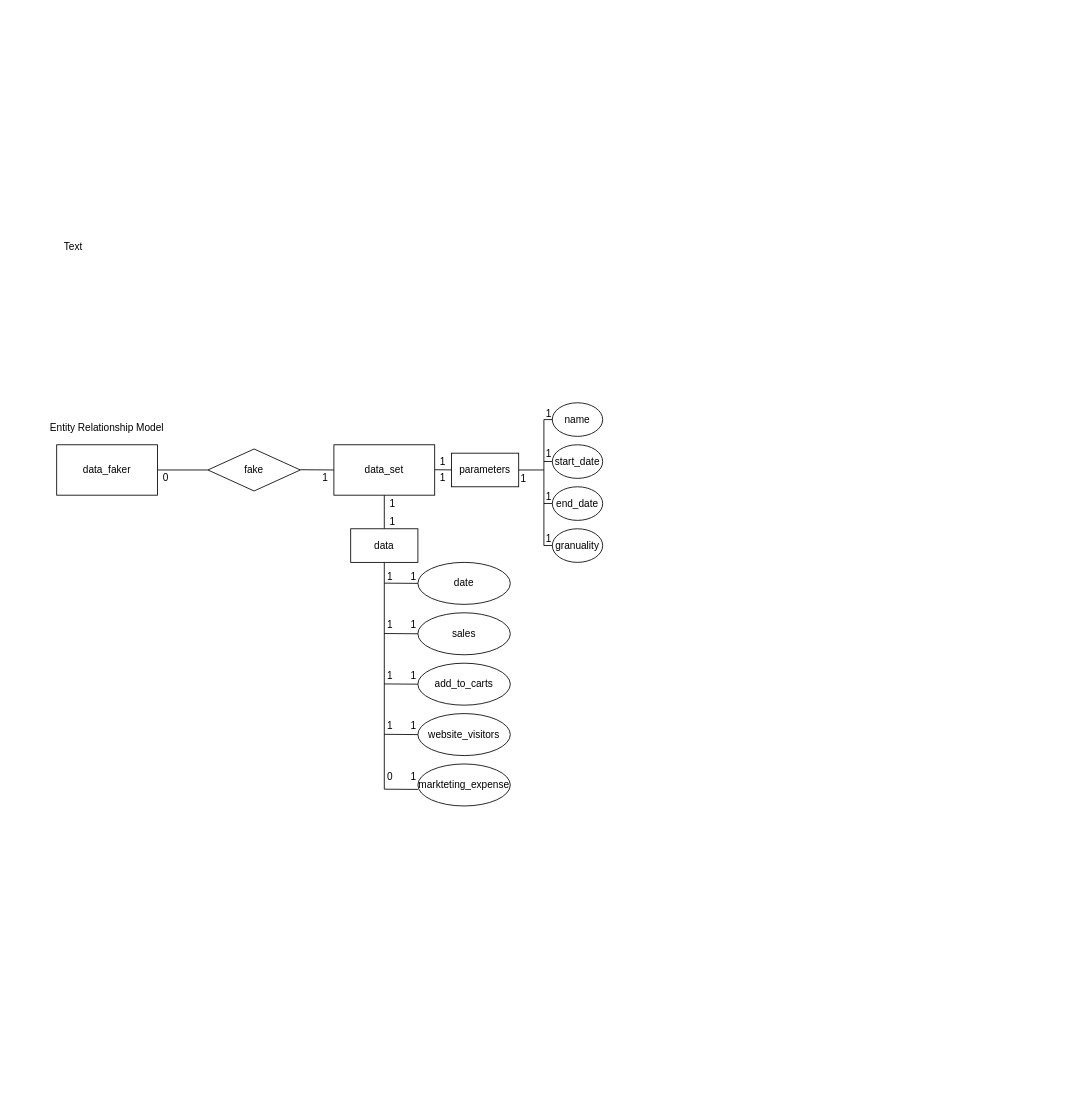
TimMcWalter/NewNostra keeps this draw.io diagram as Nostra_diagramms.drawio. Above is the earlier version. Source tidied: cells renumbered, new cells numbered last; positions are measured from the earlier drawing's top-left corner, leaving out a move shared by most shapes. Both pictures are drawn from the tidied source at 84%, with x=0, y=0 at pixel (39, 234).
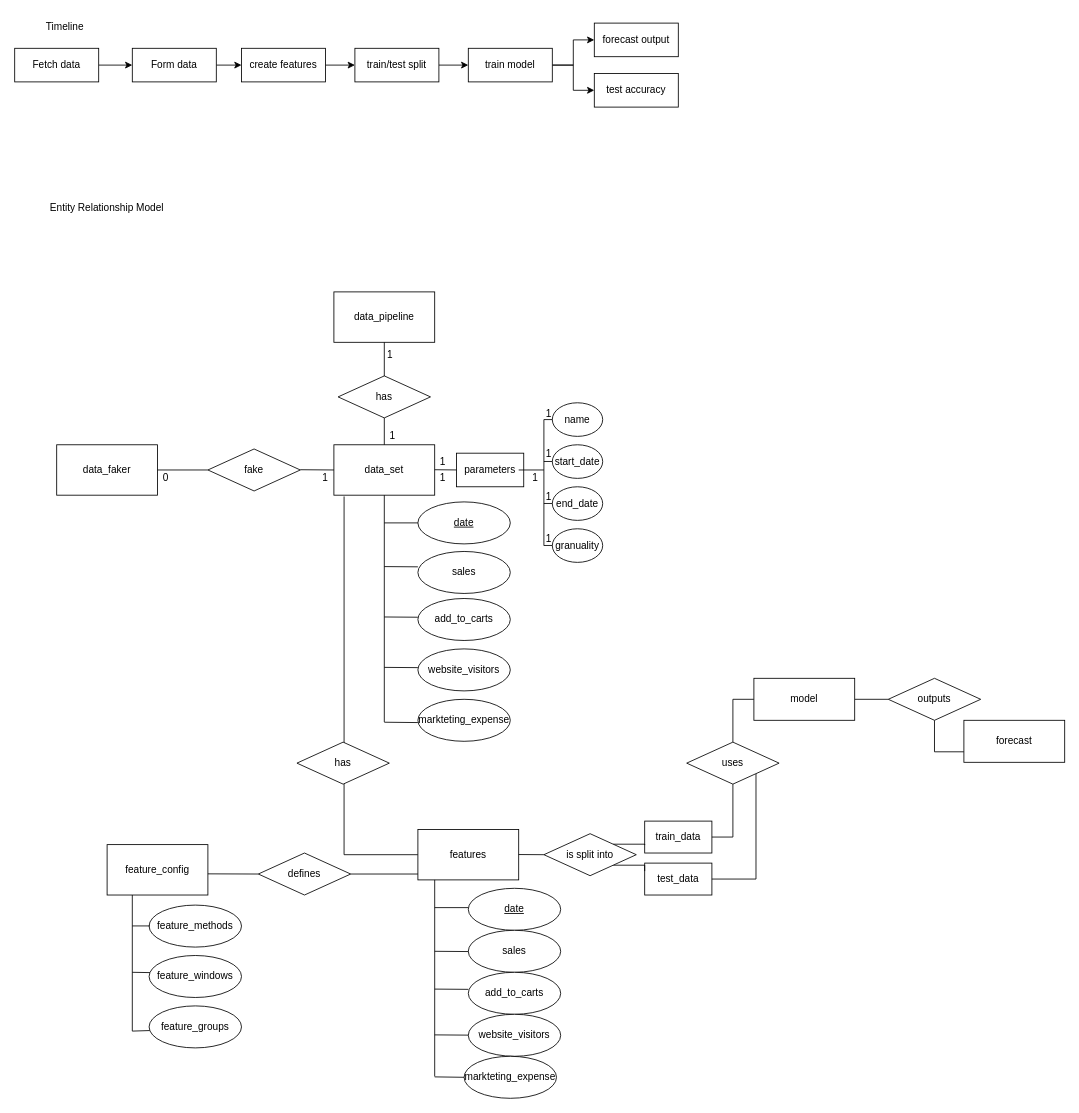
Above is the later version.

The change refers to these unchanged cells:
```xml
<mxCell id="5" value="data_set" style="rounded=0;whiteSpace=wrap;html=1;" parent="1" vertex="1">
  <mxGeometry x="350" y="250" width="120" height="60" as="geometry" />
</mxCell>
```

The edit, as a diff of the source:
```diff
@@
     <mxCell id="2" value="Entity Relationship Model" style="text;html=1;align=center;verticalAlign=middle;whiteSpace=wrap;rounded=0;" parent="1" vertex="1">
-      <mxGeometry y="220" width="160" height="20" as="geometry" />
+      <mxGeometry y="-42" width="160" height="20" as="geometry" />
     </mxCell>
@@
-    <mxCell id="10" value="date" style="ellipse;whiteSpace=wrap;html=1;" parent="1" vertex="1">
-      <mxGeometry x="450" y="390" width="110" height="50" as="geometry" />
+    <mxCell id="10" value="&lt;u&gt;date&lt;/u&gt;" style="ellipse;whiteSpace=wrap;html=1;" parent="1" vertex="1">
+      <mxGeometry x="450" y="318" width="110" height="50" as="geometry" />
     </mxCell>
     <mxCell id="11" value="sales" style="ellipse;whiteSpace=wrap;html=1;" parent="1" vertex="1">
-      <mxGeometry x="450" y="450" width="110" height="50" as="geometry" />
+      <mxGeometry x="450" y="377" width="110" height="50" as="geometry" />
     </mxCell>
     <mxCell id="12" value="add_to_carts" style="ellipse;whiteSpace=wrap;html=1;" parent="1" vertex="1">
-      <mxGeometry x="450" y="510" width="110" height="50" as="geometry" />
+      <mxGeometry x="450" y="433" width="110" height="50" as="geometry" />
     </mxCell>
     <mxCell id="13" value="website_visitors" style="ellipse;whiteSpace=wrap;html=1;" parent="1" vertex="1">
-      <mxGeometry x="450" y="570" width="110" height="50" as="geometry" />
+      <mxGeometry x="450" y="493" width="110" height="50" as="geometry" />
     </mxCell>
     <mxCell id="14" value="markteting_expense" style="ellipse;whiteSpace=wrap;html=1;" parent="1" vertex="1">
-      <mxGeometry x="450" y="630" width="110" height="50" as="geometry" />
+      <mxGeometry x="450" y="553" width="110" height="50" as="geometry" />
     </mxCell>
@@
-    <mxCell id="20" style="endArrow=none;html=1;rounded=0;entryX=0.5;entryY=1;entryDx=0;entryDy=0;exitX=0.5;exitY=0;exitDx=0;exitDy=0;" parent="1" edge="1" source="22" target="5">
-      <mxGeometry relative="1" as="geometry" />
+    <mxCell id="20" style="endArrow=none;html=1;rounded=0;entryX=0.5;entryY=1;entryDx=0;entryDy=0;" parent="1" edge="1" target="5">
+      <mxGeometry relative="1" as="geometry">
+        <mxPoint x="410" y="580" as="sourcePoint" />
+      </mxGeometry>
     </mxCell>
-    <mxCell id="21" style="endArrow=none;html=1;rounded=0;entryX=0.5;entryY=1;entryDx=0;entryDy=0;" parent="1" edge="1">
-      <mxGeometry relative="1" as="geometry">
-        <mxPoint x="410" y="660" as="sourcePoint" />
-        <mxPoint x="410" y="390" as="targetPoint" />
-      </mxGeometry>
-    </mxCell>
-    <mxCell id="22" value="data" style="rounded=0;whiteSpace=wrap;html=1;" parent="1" vertex="1">
-      <mxGeometry x="370" y="350" width="80" height="40" as="geometry" />
-    </mxCell>
     <mxCell id="23" value="parameters" style="rounded=0;whiteSpace=wrap;html=1;" parent="1" vertex="1">
-      <mxGeometry x="490" y="260" width="80" height="40" as="geometry" />
+      <mxGeometry x="496" y="260" width="80" height="40" as="geometry" />
     </mxCell>
     <mxCell id="24" style="endArrow=none;html=1;rounded=0;entryX=0;entryY=0.5;entryDx=0;entryDy=0;" parent="1" edge="1" target="10">
       <mxGeometry relative="1" as="geometry">
-        <mxPoint x="410" y="414.7" as="sourcePoint" />
+        <mxPoint x="410" y="343" as="sourcePoint" />
       </mxGeometry>
     </mxCell>
     <mxCell id="25" style="endArrow=none;html=1;rounded=0;entryX=0;entryY=0.5;entryDx=0;entryDy=0;" parent="1" edge="1">
       <mxGeometry relative="1" as="geometry">
-        <mxPoint x="410" y="474.7" as="sourcePoint" />
-        <mxPoint x="450" y="475" as="targetPoint" />
+        <mxPoint x="410" y="395" as="sourcePoint" />
+        <mxPoint x="450" y="395.3" as="targetPoint" />
       </mxGeometry>
     </mxCell>
     <mxCell id="26" style="endArrow=none;html=1;rounded=0;entryX=0;entryY=0.5;entryDx=0;entryDy=0;" parent="1" edge="1">
       <mxGeometry relative="1" as="geometry">
-        <mxPoint x="410" y="534.7" as="sourcePoint" />
-        <mxPoint x="450" y="535" as="targetPoint" />
+        <mxPoint x="410" y="455" as="sourcePoint" />
+        <mxPoint x="450" y="455.3" as="targetPoint" />
       </mxGeometry>
     </mxCell>
     <mxCell id="27" style="endArrow=none;html=1;rounded=0;entryX=0;entryY=0.5;entryDx=0;entryDy=0;" parent="1" edge="1">
       <mxGeometry relative="1" as="geometry">
-        <mxPoint x="410" y="594.7" as="sourcePoint" />
-        <mxPoint x="450" y="595" as="targetPoint" />
+        <mxPoint x="410" y="515" as="sourcePoint" />
+        <mxPoint x="450" y="515.3" as="targetPoint" />
       </mxGeometry>
     </mxCell>
     <mxCell id="28" style="endArrow=none;html=1;rounded=0;entryX=0;entryY=0.5;entryDx=0;entryDy=0;" parent="1" edge="1">
       <mxGeometry relative="1" as="geometry">
-        <mxPoint x="410" y="660" as="sourcePoint" />
-        <mxPoint x="450" y="660.3" as="targetPoint" />
+        <mxPoint x="410" y="580.3" as="sourcePoint" />
+        <mxPoint x="450" y="580.7" as="targetPoint" />
       </mxGeometry>
     </mxCell>
@@
-    <mxCell id="35" value="1" style="text;html=1;align=center;verticalAlign=middle;whiteSpace=wrap;rounded=0;" parent="1" vertex="1">
-      <mxGeometry x="390" y="305" width="60" height="30" as="geometry" />
-    </mxCell>
-    <mxCell id="36" value="1" style="text;html=1;align=center;verticalAlign=middle;whiteSpace=wrap;rounded=0;" parent="1" vertex="1">
-      <mxGeometry x="390" y="327" width="60" height="30" as="geometry" />
-    </mxCell>
@@
     <mxCell id="39" value="1" style="text;html=1;align=center;verticalAlign=middle;whiteSpace=wrap;rounded=0;" parent="1" vertex="1">
-      <mxGeometry x="546" y="276" width="60" height="30" as="geometry" />
+      <mxGeometry x="560" y="275" width="60" height="30" as="geometry" />
     </mxCell>
@@
-    <mxCell id="44" value="1" style="text;html=1;align=center;verticalAlign=middle;whiteSpace=wrap;rounded=0;" parent="1" vertex="1">
-      <mxGeometry x="387" y="393" width="60" height="30" as="geometry" />
-    </mxCell>
-    <mxCell id="45" value="1" style="text;html=1;align=center;verticalAlign=middle;whiteSpace=wrap;rounded=0;" parent="1" vertex="1">
-      <mxGeometry x="415" y="393" width="60" height="30" as="geometry" />
-    </mxCell>
-    <mxCell id="46" value="1" style="text;html=1;align=center;verticalAlign=middle;whiteSpace=wrap;rounded=0;" parent="1" vertex="1">
-      <mxGeometry x="387" y="450" width="60" height="30" as="geometry" />
-    </mxCell>
-    <mxCell id="47" value="1" style="text;html=1;align=center;verticalAlign=middle;whiteSpace=wrap;rounded=0;" parent="1" vertex="1">
-      <mxGeometry x="415" y="450" width="60" height="30" as="geometry" />
-    </mxCell>
-    <mxCell id="48" value="1" style="text;html=1;align=center;verticalAlign=middle;whiteSpace=wrap;rounded=0;" parent="1" vertex="1">
-      <mxGeometry x="387" y="510" width="60" height="30" as="geometry" />
-    </mxCell>
-    <mxCell id="49" value="1" style="text;html=1;align=center;verticalAlign=middle;whiteSpace=wrap;rounded=0;" parent="1" vertex="1">
-      <mxGeometry x="415" y="510" width="60" height="30" as="geometry" />
-    </mxCell>
-    <mxCell id="50" value="1" style="text;html=1;align=center;verticalAlign=middle;whiteSpace=wrap;rounded=0;" parent="1" vertex="1">
-      <mxGeometry x="387" y="570" width="60" height="30" as="geometry" />
-    </mxCell>
-    <mxCell id="51" value="1" style="text;html=1;align=center;verticalAlign=middle;whiteSpace=wrap;rounded=0;" parent="1" vertex="1">
-      <mxGeometry x="415" y="570" width="60" height="30" as="geometry" />
-    </mxCell>
-    <mxCell id="52" value="0" style="text;html=1;align=center;verticalAlign=middle;whiteSpace=wrap;rounded=0;" parent="1" vertex="1">
-      <mxGeometry x="387" y="630" width="60" height="30" as="geometry" />
-    </mxCell>
-    <mxCell id="53" value="1" style="text;html=1;align=center;verticalAlign=middle;whiteSpace=wrap;rounded=0;" parent="1" vertex="1">
-      <mxGeometry x="415" y="630" width="60" height="30" as="geometry" />
-    </mxCell>
-    <mxCell id="54" value="Text" style="text;html=1;align=center;verticalAlign=middle;whiteSpace=wrap;rounded=0;" parent="1" vertex="1">
-      <mxGeometry x="10" width="60" height="30" as="geometry" />
+    <mxCell id="54" value="Timeline" style="text;html=1;align=center;verticalAlign=middle;whiteSpace=wrap;rounded=0;" parent="1" vertex="1">
+      <mxGeometry y="-262" width="60" height="30" as="geometry" />
     </mxCell>
+    <mxCell id="55" style="edgeStyle=orthogonalEdgeStyle;rounded=0;jettySize=auto;html=1;exitX=1;exitY=0.5;exitDx=0;exitDy=0;entryX=0;entryY=0.5;entryDx=0;entryDy=0;" parent="1" edge="1" source="56" target="58">
+      <mxGeometry relative="1" as="geometry" />
+    </mxCell>
+    <mxCell id="56" value="Fetch data" style="rounded=0;whiteSpace=wrap;html=1;" parent="1" vertex="1">
+      <mxGeometry x="-30" y="-222" width="100" height="40" as="geometry" />
+    </mxCell>
+    <mxCell id="57" style="edgeStyle=orthogonalEdgeStyle;rounded=0;jettySize=auto;html=1;exitX=1;exitY=0.5;exitDx=0;exitDy=0;entryX=0;entryY=0.5;entryDx=0;entryDy=0;" parent="1" edge="1" source="58" target="62">
+      <mxGeometry relative="1" as="geometry" />
+    </mxCell>
+    <mxCell id="58" value="Form data" style="rounded=0;whiteSpace=wrap;html=1;" parent="1" vertex="1">
+      <mxGeometry x="110" y="-222" width="100" height="40" as="geometry" />
+    </mxCell>
+    <mxCell id="59" style="edgeStyle=orthogonalEdgeStyle;rounded=0;jettySize=auto;html=1;exitX=1;exitY=0.5;exitDx=0;exitDy=0;entryX=0;entryY=0.5;entryDx=0;entryDy=0;" parent="1" edge="1" source="60" target="65">
+      <mxGeometry relative="1" as="geometry" />
+    </mxCell>
+    <mxCell id="60" value="train/test split" style="rounded=0;whiteSpace=wrap;html=1;" parent="1" vertex="1">
+      <mxGeometry x="375" y="-222" width="100" height="40" as="geometry" />
+    </mxCell>
+    <mxCell id="61" style="edgeStyle=orthogonalEdgeStyle;rounded=0;jettySize=auto;html=1;exitX=1;exitY=0.5;exitDx=0;exitDy=0;entryX=0;entryY=0.5;entryDx=0;entryDy=0;" parent="1" edge="1" source="62" target="60">
+      <mxGeometry relative="1" as="geometry" />
+    </mxCell>
+    <mxCell id="62" value="create features" style="rounded=0;whiteSpace=wrap;html=1;" parent="1" vertex="1">
+      <mxGeometry x="240" y="-222" width="100" height="40" as="geometry" />
+    </mxCell>
+    <mxCell id="63" style="edgeStyle=orthogonalEdgeStyle;rounded=0;jettySize=auto;html=1;exitX=1;exitY=0.5;exitDx=0;exitDy=0;entryX=0;entryY=0.5;entryDx=0;entryDy=0;" parent="1" edge="1" source="65" target="66">
+      <mxGeometry relative="1" as="geometry">
+        <Array as="points">
+          <mxPoint x="635" y="-202" />
+          <mxPoint x="635" y="-232" />
+        </Array>
+      </mxGeometry>
+    </mxCell>
+    <mxCell id="64" style="edgeStyle=orthogonalEdgeStyle;rounded=0;jettySize=auto;html=1;exitX=1;exitY=0.5;exitDx=0;exitDy=0;" parent="1" edge="1" source="65" target="67">
+      <mxGeometry relative="1" as="geometry" />
+    </mxCell>
+    <mxCell id="65" value="train model" style="rounded=0;whiteSpace=wrap;html=1;" parent="1" vertex="1">
+      <mxGeometry x="510" y="-222" width="100" height="40" as="geometry" />
+    </mxCell>
+    <mxCell id="66" value="forecast output" style="rounded=0;whiteSpace=wrap;html=1;" parent="1" vertex="1">
+      <mxGeometry x="660" y="-252" width="100" height="40" as="geometry" />
+    </mxCell>
+    <mxCell id="67" value="test accuracy" style="rounded=0;whiteSpace=wrap;html=1;" parent="1" vertex="1">
+      <mxGeometry x="660" y="-192" width="100" height="40" as="geometry" />
+    </mxCell>
+    <mxCell id="68" value="data_pipeline" style="rounded=0;whiteSpace=wrap;html=1;" parent="1" vertex="1">
+      <mxGeometry x="350" y="68" width="120" height="60" as="geometry" />
+    </mxCell>
+    <mxCell id="69" style="endArrow=none;html=1;rounded=0;exitX=0.5;exitY=0;exitDx=0;exitDy=0;" parent="1" edge="1" source="5">
+      <mxGeometry relative="1" as="geometry">
+        <mxPoint x="410" y="128" as="targetPoint" />
+      </mxGeometry>
+    </mxCell>
+    <mxCell id="70" value="feature_config" style="rounded=0;whiteSpace=wrap;html=1;" parent="1" vertex="1">
+      <mxGeometry x="80" y="726" width="120" height="60" as="geometry" />
+    </mxCell>
+    <mxCell id="71" style="edgeStyle=orthogonalEdgeStyle;rounded=0;jettySize=auto;html=1;exitX=0;exitY=0.5;exitDx=0;exitDy=0;endArrow=none;endFill=0;entryX=0.101;entryY=1.025;entryDx=0;entryDy=0;entryPerimeter=0;" parent="1" edge="1" source="72" target="5">
+      <mxGeometry relative="1" as="geometry" />
+    </mxCell>
+    <mxCell id="72" value="features" style="rounded=0;whiteSpace=wrap;html=1;" parent="1" vertex="1">
+      <mxGeometry x="450" y="708" width="120" height="60" as="geometry" />
+    </mxCell>
+    <mxCell id="73" value="train_data" style="rounded=0;whiteSpace=wrap;html=1;" parent="1" vertex="1">
+      <mxGeometry x="720" y="698" width="80" height="38" as="geometry" />
+    </mxCell>
+    <mxCell id="74" value="test_data" style="rounded=0;whiteSpace=wrap;html=1;" parent="1" vertex="1">
+      <mxGeometry x="720" y="748" width="80" height="38" as="geometry" />
+    </mxCell>
+    <mxCell id="75" style="edgeStyle=orthogonalEdgeStyle;rounded=0;jettySize=auto;html=1;exitX=0;exitY=0.5;exitDx=0;exitDy=0;entryX=0.5;entryY=0;entryDx=0;entryDy=0;endArrow=none;endFill=0;" parent="1" edge="1" source="77" target="110">
+      <mxGeometry relative="1" as="geometry" />
+    </mxCell>
+    <mxCell id="76" style="edgeStyle=orthogonalEdgeStyle;rounded=0;jettySize=auto;html=1;exitX=1;exitY=0.5;exitDx=0;exitDy=0;entryX=0;entryY=0.5;entryDx=0;entryDy=0;endArrow=none;endFill=0;" parent="1" edge="1" source="77" target="107">
+      <mxGeometry relative="1" as="geometry" />
+    </mxCell>
+    <mxCell id="77" value="model" style="rounded=0;whiteSpace=wrap;html=1;" parent="1" vertex="1">
+      <mxGeometry x="850" y="528" width="120" height="50" as="geometry" />
+    </mxCell>
+    <mxCell id="78" value="has" style="rhombus;whiteSpace=wrap;html=1;" parent="1" vertex="1">
+      <mxGeometry x="355" y="168" width="110" height="50" as="geometry" />
+    </mxCell>
+    <mxCell id="79" value="1" style="text;html=1;align=center;verticalAlign=middle;whiteSpace=wrap;rounded=0;" parent="1" vertex="1">
+      <mxGeometry x="387" y="128" width="60" height="30" as="geometry" />
+    </mxCell>
+    <mxCell id="80" value="1" style="text;html=1;align=center;verticalAlign=middle;whiteSpace=wrap;rounded=0;" parent="1" vertex="1">
+      <mxGeometry x="390" y="225" width="60" height="30" as="geometry" />
+    </mxCell>
+    <mxCell id="81" style="edgeStyle=orthogonalEdgeStyle;rounded=0;jettySize=auto;html=1;exitX=1;exitY=0;exitDx=0;exitDy=0;entryX=0;entryY=0.75;entryDx=0;entryDy=0;endArrow=none;endFill=0;" parent="1" edge="1" source="83" target="73">
+      <mxGeometry relative="1" as="geometry" />
+    </mxCell>
+    <mxCell id="82" style="edgeStyle=orthogonalEdgeStyle;rounded=0;jettySize=auto;html=1;exitX=1;exitY=1;exitDx=0;exitDy=0;entryX=0;entryY=0.25;entryDx=0;entryDy=0;endArrow=none;endFill=0;" parent="1" edge="1" source="83" target="74">
+      <mxGeometry relative="1" as="geometry" />
+    </mxCell>
+    <mxCell id="83" value="is split into" style="rhombus;whiteSpace=wrap;html=1;" parent="1" vertex="1">
+      <mxGeometry x="600" y="713" width="110" height="50" as="geometry" />
+    </mxCell>
+    <mxCell id="84" value="has" style="rhombus;whiteSpace=wrap;html=1;" parent="1" vertex="1">
+      <mxGeometry x="306" y="604" width="110" height="50" as="geometry" />
+    </mxCell>
+    <mxCell id="85" value="&lt;u&gt;date&lt;/u&gt;" style="ellipse;whiteSpace=wrap;html=1;" parent="1" vertex="1">
+      <mxGeometry x="510" y="778" width="110" height="50" as="geometry" />
+    </mxCell>
+    <mxCell id="86" value="sales" style="ellipse;whiteSpace=wrap;html=1;" parent="1" vertex="1">
+      <mxGeometry x="510" y="828" width="110" height="50" as="geometry" />
+    </mxCell>
+    <mxCell id="87" value="add_to_carts" style="ellipse;whiteSpace=wrap;html=1;" parent="1" vertex="1">
+      <mxGeometry x="510" y="878" width="110" height="50" as="geometry" />
+    </mxCell>
+    <mxCell id="88" value="website_visitors" style="ellipse;whiteSpace=wrap;html=1;" parent="1" vertex="1">
+      <mxGeometry x="510" y="928" width="110" height="50" as="geometry" />
+    </mxCell>
+    <mxCell id="89" value="markteting_expense" style="ellipse;whiteSpace=wrap;html=1;" parent="1" vertex="1">
+      <mxGeometry x="505" y="978" width="110" height="50" as="geometry" />
+    </mxCell>
+    <mxCell id="90" value="defines" style="rhombus;whiteSpace=wrap;html=1;" parent="1" vertex="1">
+      <mxGeometry x="260" y="736" width="110" height="50" as="geometry" />
+    </mxCell>
+    <mxCell id="91" style="endArrow=none;html=1;rounded=0;exitX=1;exitY=0.5;exitDx=0;exitDy=0;" parent="1" edge="1" source="90">
+      <mxGeometry relative="1" as="geometry">
+        <mxPoint x="450" y="761" as="targetPoint" />
+      </mxGeometry>
+    </mxCell>
+    <mxCell id="92" style="endArrow=none;html=1;rounded=0;exitX=1;exitY=0.5;exitDx=0;exitDy=0;entryX=0;entryY=0.5;entryDx=0;entryDy=0;" parent="1" edge="1" target="90">
+      <mxGeometry relative="1" as="geometry">
+        <mxPoint x="200" y="760.8" as="sourcePoint" />
+      </mxGeometry>
+    </mxCell>
+    <mxCell id="93" style="endArrow=none;html=1;rounded=0;exitX=1;exitY=0.5;exitDx=0;exitDy=0;" parent="1" edge="1">
+      <mxGeometry relative="1" as="geometry">
+        <mxPoint x="570" y="737.8" as="sourcePoint" />
+        <mxPoint x="600" y="738" as="targetPoint" />
+      </mxGeometry>
+    </mxCell>
+    <mxCell id="94" style="endArrow=none;html=1;rounded=0;entryX=0.5;entryY=1;entryDx=0;entryDy=0;" parent="1" edge="1">
+      <mxGeometry relative="1" as="geometry">
+        <mxPoint x="470" y="1002" as="sourcePoint" />
+        <mxPoint x="470" y="768" as="targetPoint" />
+      </mxGeometry>
+    </mxCell>
+    <mxCell id="95" style="endArrow=none;html=1;rounded=0;entryX=0;entryY=0.5;entryDx=0;entryDy=0;" parent="1" edge="1">
+      <mxGeometry relative="1" as="geometry">
+        <mxPoint x="470" y="801" as="sourcePoint" />
+        <mxPoint x="510" y="801" as="targetPoint" />
+      </mxGeometry>
+    </mxCell>
+    <mxCell id="96" style="endArrow=none;html=1;rounded=0;entryX=0;entryY=0.5;entryDx=0;entryDy=0;" parent="1" edge="1">
+      <mxGeometry relative="1" as="geometry">
+        <mxPoint x="470" y="853" as="sourcePoint" />
+        <mxPoint x="510" y="853.3" as="targetPoint" />
+      </mxGeometry>
+    </mxCell>
+    <mxCell id="97" style="endArrow=none;html=1;rounded=0;entryX=0;entryY=0.5;entryDx=0;entryDy=0;" parent="1" edge="1">
+      <mxGeometry relative="1" as="geometry">
+        <mxPoint x="470" y="898" as="sourcePoint" />
+        <mxPoint x="510" y="898.3" as="targetPoint" />
+      </mxGeometry>
+    </mxCell>
+    <mxCell id="98" style="endArrow=none;html=1;rounded=0;entryX=0;entryY=0.5;entryDx=0;entryDy=0;" parent="1" edge="1">
+      <mxGeometry relative="1" as="geometry">
+        <mxPoint x="470" y="952.5" as="sourcePoint" />
+        <mxPoint x="510" y="952.8" as="targetPoint" />
+      </mxGeometry>
+    </mxCell>
+    <mxCell id="99" style="endArrow=none;html=1;rounded=0;entryX=0;entryY=0.5;entryDx=0;entryDy=0;" parent="1" edge="1" target="89">
+      <mxGeometry relative="1" as="geometry">
+        <mxPoint x="470" y="1002.5" as="sourcePoint" />
+      </mxGeometry>
+    </mxCell>
+    <mxCell id="100" value="&lt;span&gt;feature_methods&lt;/span&gt;" style="ellipse;whiteSpace=wrap;html=1;fontStyle=0;" parent="1" vertex="1">
+      <mxGeometry x="130" y="798" width="110" height="50" as="geometry" />
+    </mxCell>
+    <mxCell id="101" value="&lt;span&gt;feature_groups&lt;/span&gt;" style="ellipse;whiteSpace=wrap;html=1;fontStyle=0;" parent="1" vertex="1">
+      <mxGeometry x="130" y="918" width="110" height="50" as="geometry" />
+    </mxCell>
+    <mxCell id="102" value="&lt;span&gt;feature_windows&lt;/span&gt;" style="ellipse;whiteSpace=wrap;html=1;fontStyle=0;" parent="1" vertex="1">
+      <mxGeometry x="130" y="858" width="110" height="50" as="geometry" />
+    </mxCell>
+    <mxCell id="103" style="endArrow=none;html=1;rounded=0;exitX=0.006;exitY=0.587;exitDx=0;exitDy=0;entryX=0.25;entryY=1;entryDx=0;entryDy=0;exitPerimeter=0;" parent="1" edge="1" source="101" target="70">
+      <mxGeometry relative="1" as="geometry">
+        <Array as="points">
+          <mxPoint x="110" y="948" />
+        </Array>
+      </mxGeometry>
+    </mxCell>
+    <mxCell id="104" style="endArrow=none;html=1;rounded=0;entryX=0.009;entryY=0.407;entryDx=0;entryDy=0;entryPerimeter=0;" parent="1" edge="1" target="102">
+      <mxGeometry relative="1" as="geometry">
+        <mxPoint x="110" y="878" as="sourcePoint" />
+      </mxGeometry>
+    </mxCell>
+    <mxCell id="105" style="endArrow=none;html=1;rounded=0;entryX=0.009;entryY=0.407;entryDx=0;entryDy=0;entryPerimeter=0;" parent="1" edge="1">
+      <mxGeometry relative="1" as="geometry">
+        <mxPoint x="110" y="822.8" as="sourcePoint" />
+        <mxPoint x="131" y="822.8" as="targetPoint" />
+      </mxGeometry>
+    </mxCell>
+    <mxCell id="106" style="edgeStyle=orthogonalEdgeStyle;rounded=0;jettySize=auto;html=1;exitX=0.5;exitY=1;exitDx=0;exitDy=0;entryX=0;entryY=0.75;entryDx=0;entryDy=0;endArrow=none;endFill=0;" parent="1" edge="1" source="107" target="111">
+      <mxGeometry relative="1" as="geometry" />
+    </mxCell>
+    <mxCell id="107" value="outputs" style="rhombus;whiteSpace=wrap;html=1;" parent="1" vertex="1">
+      <mxGeometry x="1010" y="528" width="110" height="50" as="geometry" />
+    </mxCell>
+    <mxCell id="108" style="edgeStyle=orthogonalEdgeStyle;rounded=0;jettySize=auto;html=1;exitX=0.5;exitY=1;exitDx=0;exitDy=0;entryX=1;entryY=0.5;entryDx=0;entryDy=0;endArrow=none;endFill=0;" parent="1" edge="1" source="110" target="73">
+      <mxGeometry relative="1" as="geometry" />
+    </mxCell>
+    <mxCell id="109" style="edgeStyle=orthogonalEdgeStyle;rounded=0;jettySize=auto;html=1;exitX=1;exitY=1;exitDx=0;exitDy=0;entryX=1;entryY=0.5;entryDx=0;entryDy=0;endArrow=none;endFill=0;" parent="1" edge="1" source="110" target="74">
+      <mxGeometry relative="1" as="geometry" />
+    </mxCell>
+    <mxCell id="110" value="uses" style="rhombus;whiteSpace=wrap;html=1;" parent="1" vertex="1">
+      <mxGeometry x="770" y="604" width="110" height="50" as="geometry" />
+    </mxCell>
+    <mxCell id="111" value="forecast" style="rounded=0;whiteSpace=wrap;html=1;" parent="1" vertex="1">
+      <mxGeometry x="1100" y="578" width="120" height="50" as="geometry" />
+    </mxCell>
```
